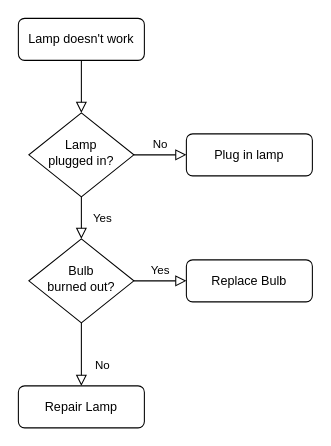
Earlier version of the draw.io diagram Untitled Diagram.drawio (Christineleehyo/web1). Source tidied: cells renumbered, new cells numbered last; positions are measured from the earlier drawing's top-left corner, leaving out a move shared by most shapes. Both pictures are drawn from the tidied source at 105%, with x=0, y=0 at pixel (18, 18).
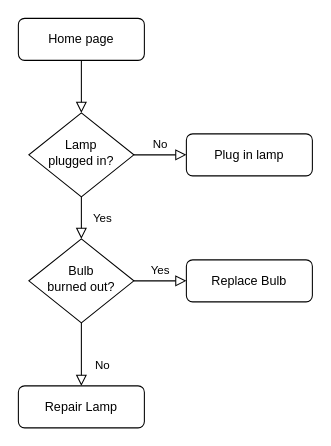
The same page after the edit.

The edit, as a diff of the source:
```diff
@@
 <mxGraphModel>
   <root>
     <mxCell id="0" />
     <mxCell id="1" parent="0" />
     <mxCell id="2" style="rounded=0;html=1;jettySize=auto;fontSize=11;endArrow=block;endFill=0;endSize=8;strokeWidth=1;shadow=0;labelBackgroundColor=none;edgeStyle=orthogonalEdgeStyle;" parent="1" edge="1" source="3" target="6">
       <mxGeometry relative="1" as="geometry" />
     </mxCell>
-    <mxCell id="3" value="Lamp doesn't work" style="rounded=1;whiteSpace=wrap;html=1;fontSize=12;glass=0;strokeWidth=1;shadow=0;" parent="1" vertex="1">
+    <mxCell id="3" value="Home page" style="rounded=1;whiteSpace=wrap;html=1;fontSize=12;glass=0;strokeWidth=1;shadow=0;" parent="1" vertex="1">
       <mxGeometry width="120" height="40" as="geometry" />
     </mxCell>
     <mxCell id="4" value="Yes" style="rounded=0;html=1;jettySize=auto;fontSize=11;endArrow=block;endFill=0;endSize=8;strokeWidth=1;shadow=0;labelBackgroundColor=none;edgeStyle=orthogonalEdgeStyle;" parent="1" edge="1" source="6" target="10">
       <mxGeometry y="20" relative="1" as="geometry" />
     </mxCell>
     <mxCell id="5" value="No" style="edgeStyle=orthogonalEdgeStyle;rounded=0;html=1;jettySize=auto;fontSize=11;endArrow=block;endFill=0;endSize=8;strokeWidth=1;shadow=0;labelBackgroundColor=none;" parent="1" edge="1" source="6" target="7">
       <mxGeometry y="10" relative="1" as="geometry" />
     </mxCell>
     <mxCell id="6" value="Lamp&lt;br&gt;plugged in?" style="rhombus;whiteSpace=wrap;html=1;shadow=0;fontFamily=Helvetica;fontSize=12;align=center;strokeWidth=1;spacing=6;spacingTop=-4;" parent="1" vertex="1">
       <mxGeometry x="10" y="90" width="100" height="80" as="geometry" />
     </mxCell>
     <mxCell id="7" value="Plug in lamp" style="rounded=1;whiteSpace=wrap;html=1;fontSize=12;glass=0;strokeWidth=1;shadow=0;" parent="1" vertex="1">
       <mxGeometry x="160" y="110" width="120" height="40" as="geometry" />
     </mxCell>
     <mxCell id="8" value="No" style="rounded=0;html=1;jettySize=auto;fontSize=11;endArrow=block;endFill=0;endSize=8;strokeWidth=1;shadow=0;labelBackgroundColor=none;edgeStyle=orthogonalEdgeStyle;" parent="1" edge="1" source="10" target="11">
       <mxGeometry x="0.33" y="20" relative="1" as="geometry" />
     </mxCell>
     <mxCell id="9" value="Yes" style="edgeStyle=orthogonalEdgeStyle;rounded=0;html=1;jettySize=auto;fontSize=11;endArrow=block;endFill=0;endSize=8;strokeWidth=1;shadow=0;labelBackgroundColor=none;" parent="1" edge="1" source="10" target="12">
       <mxGeometry y="10" relative="1" as="geometry" />
     </mxCell>
     <mxCell id="10" value="Bulb&lt;br&gt;burned out?" style="rhombus;whiteSpace=wrap;html=1;shadow=0;fontFamily=Helvetica;fontSize=12;align=center;strokeWidth=1;spacing=6;spacingTop=-4;" parent="1" vertex="1">
       <mxGeometry x="10" y="210" width="100" height="80" as="geometry" />
     </mxCell>
     <mxCell id="11" value="Repair Lamp" style="rounded=1;whiteSpace=wrap;html=1;fontSize=12;glass=0;strokeWidth=1;shadow=0;" parent="1" vertex="1">
       <mxGeometry y="350" width="120" height="40" as="geometry" />
     </mxCell>
     <mxCell id="12" value="Replace Bulb" style="rounded=1;whiteSpace=wrap;html=1;fontSize=12;glass=0;strokeWidth=1;shadow=0;" parent="1" vertex="1">
       <mxGeometry x="160" y="230" width="120" height="40" as="geometry" />
     </mxCell>
   </root>
 </mxGraphModel>
```
